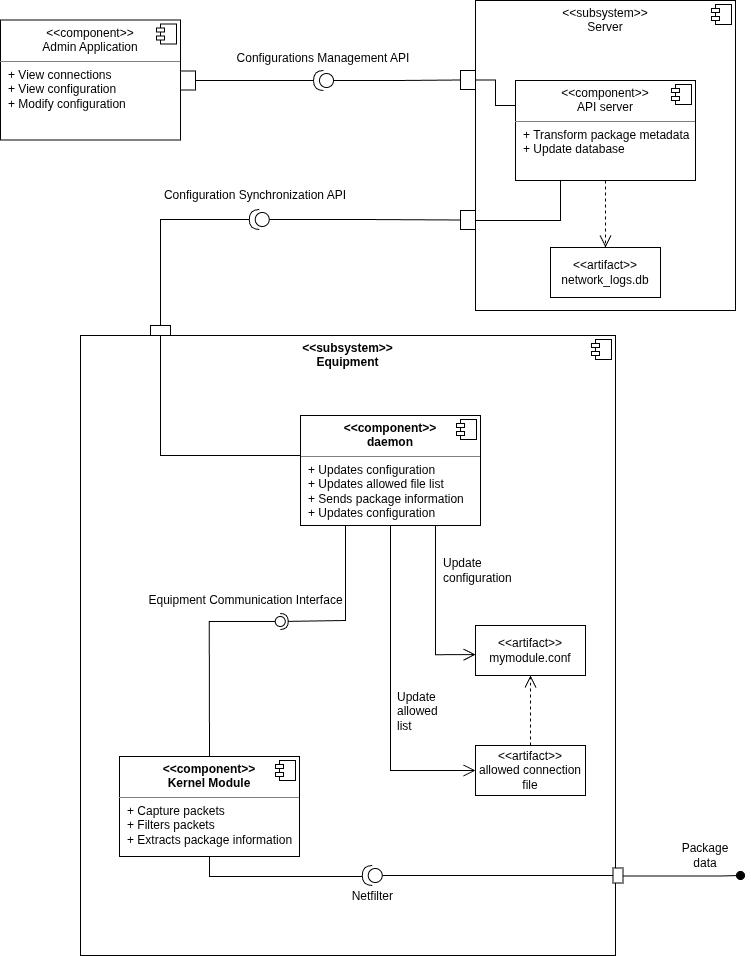
Before: document/Component_Diagram.drawio.png, a diagram exported from draw.io (TheodorPredescu/Intrusion-Detection-and-Prevention-System). Source tidied: cells renumbered, new cells last; positions are measured from the earlier drawing's top-left corner, leaving out a move shared by most shapes.
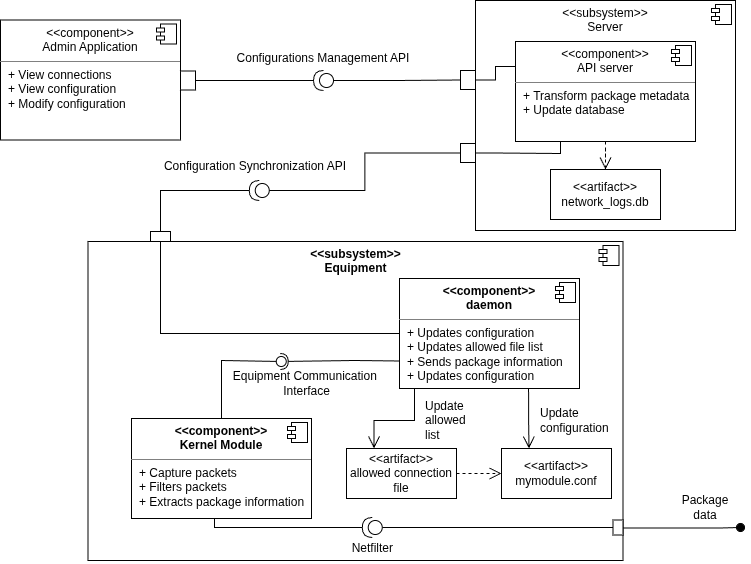
Later version of the same file.

What changed in the source:
```diff
@@ -3,7 +3,7 @@
     <mxCell id="0" />
     <mxCell id="1" parent="0" />
     <mxCell id="2" value="&lt;p style=&quot;margin:0px;margin-top:6px;text-align:center;&quot;&gt;&amp;lt;&amp;lt;subsystem&amp;gt;&amp;gt;&lt;br&gt;Server&lt;/p&gt;" style="align=left;overflow=fill;html=1;whiteSpace=wrap;" parent="1" vertex="1">
-      <mxGeometry x="475" width="260" height="310" as="geometry" />
+      <mxGeometry x="475" width="260" height="230" as="geometry" />
     </mxCell>
     <mxCell id="3" style="shape=component;jettyWidth=8;jettyHeight=4;" parent="2" vertex="1">
       <mxGeometry x="1" width="20" height="20" relative="1" as="geometry">
@@ -11,7 +11,7 @@
       </mxGeometry>
     </mxCell>
     <mxCell id="4" value="&lt;p style=&quot;margin:0px;margin-top:6px;text-align:center;&quot;&gt;&lt;span style=&quot;font-weight: 700;&quot;&gt;&amp;lt;&amp;lt;subsystem&amp;gt;&amp;gt;&lt;/span&gt;&lt;br style=&quot;font-weight: 700;&quot;&gt;&lt;b&gt;Equipment&lt;/b&gt;&lt;/p&gt;&lt;p style=&quot;margin:0px;margin-left:8px;&quot;&gt;&lt;br&gt;&lt;/p&gt;" style="align=left;overflow=fill;html=1;whiteSpace=wrap;" parent="1" vertex="1">
-      <mxGeometry x="80" y="335" width="535" height="620" as="geometry" />
+      <mxGeometry x="87.5" y="241" width="535" height="319" as="geometry" />
     </mxCell>
     <mxCell id="5" style="shape=component;jettyWidth=8;jettyHeight=4;" parent="4" vertex="1">
       <mxGeometry x="1" width="20" height="20" relative="1" as="geometry">
@@ -19,7 +19,7 @@
       </mxGeometry>
     </mxCell>
     <mxCell id="6" value="&lt;p style=&quot;margin:0px;margin-top:6px;text-align:center;&quot;&gt;&lt;span style=&quot;font-weight: 700;&quot;&gt;&amp;lt;&amp;lt;component&amp;gt;&amp;gt;&lt;/span&gt;&lt;br style=&quot;font-weight: 700;&quot;&gt;&lt;span style=&quot;font-weight: 700;&quot;&gt;Kernel Module&lt;/span&gt;&lt;/p&gt;&lt;hr size=&quot;1&quot; style=&quot;border-style:solid;&quot;&gt;&lt;p style=&quot;margin:0px;margin-left:8px;&quot;&gt;&lt;span style=&quot;background-color: transparent; color: light-dark(rgb(0, 0, 0), rgb(255, 255, 255));&quot;&gt;+ Capture packets&lt;/span&gt;&lt;/p&gt;&lt;p style=&quot;margin:0px;margin-left:8px;&quot;&gt;&lt;span style=&quot;background-color: transparent; color: light-dark(rgb(0, 0, 0), rgb(255, 255, 255));&quot;&gt;+ Filters packets&amp;nbsp;&lt;/span&gt;&lt;/p&gt;&lt;p style=&quot;margin:0px;margin-left:8px;&quot;&gt;&lt;span style=&quot;background-color: transparent; color: light-dark(rgb(0, 0, 0), rgb(255, 255, 255));&quot;&gt;+ Extracts package information&lt;/span&gt;&lt;/p&gt;" style="align=left;overflow=fill;html=1;whiteSpace=wrap;" parent="1" vertex="1">
-      <mxGeometry x="119" y="756" width="180" height="100" as="geometry" />
+      <mxGeometry x="131" y="418" width="180" height="100" as="geometry" />
     </mxCell>
     <mxCell id="7" style="shape=component;jettyWidth=8;jettyHeight=4;" parent="6" vertex="1">
       <mxGeometry x="1" width="20" height="20" relative="1" as="geometry">
@@ -35,7 +35,7 @@
       </mxGeometry>
     </mxCell>
     <mxCell id="10" value="Netfilter&amp;nbsp;" style="text;html=1;whiteSpace=wrap;strokeColor=none;fillColor=none;align=center;verticalAlign=middle;rounded=0;" parent="1" vertex="1">
-      <mxGeometry x="339" y="881" width="70" height="30" as="geometry" />
+      <mxGeometry x="339" y="533" width="70" height="30" as="geometry" />
     </mxCell>
     <mxCell id="11" value="Configurations Management API" style="text;html=1;whiteSpace=wrap;strokeColor=none;fillColor=none;align=center;verticalAlign=middle;rounded=0;" parent="1" vertex="1">
       <mxGeometry x="223" y="43" width="200" height="30" as="geometry" />
@@ -47,18 +47,24 @@
       <mxGeometry relative="1" as="geometry" />
     </mxCell>
     <mxCell id="14" value="&lt;p style=&quot;margin:0px;margin-top:6px;text-align:center;&quot;&gt;&amp;lt;&amp;lt;component&amp;gt;&amp;gt;&lt;br&gt;API server&lt;/p&gt;&lt;hr size=&quot;1&quot; style=&quot;border-style:solid;&quot;&gt;&lt;p style=&quot;margin:0px;margin-left:8px;&quot;&gt;&lt;span style=&quot;background-color: transparent; color: light-dark(rgb(0, 0, 0), rgb(255, 255, 255));&quot;&gt;+ Transform package metadata&lt;/span&gt;&lt;/p&gt;&lt;p style=&quot;margin:0px;margin-left:8px;&quot;&gt;&lt;span style=&quot;background-color: transparent; color: light-dark(rgb(0, 0, 0), rgb(255, 255, 255));&quot;&gt;+ Update database&lt;/span&gt;&lt;/p&gt;" style="align=left;overflow=fill;html=1;whiteSpace=wrap;" parent="1" vertex="1">
-      <mxGeometry x="515" y="80" width="180" height="100" as="geometry" />
+      <mxGeometry x="515" y="41" width="180" height="100" as="geometry" />
     </mxCell>
     <mxCell id="15" style="shape=component;jettyWidth=8;jettyHeight=4;" parent="14" vertex="1">
       <mxGeometry x="1" width="20" height="20" relative="1" as="geometry">
         <mxPoint x="-24" y="4" as="offset" />
       </mxGeometry>
     </mxCell>
-    <mxCell id="16" style="edgeStyle=orthogonalEdgeStyle;rounded=0;jettySize=auto;html=1;entryX=0;entryY=0.5;entryDx=0;entryDy=0;fontFamily=Helvetica;fontSize=12;fontColor=default;endSize=10;endArrow=open;endFill=0;" parent="1" edge="1" source="17" target="41">
-      <mxGeometry relative="1" as="geometry" />
+    <mxCell id="16" style="edgeStyle=orthogonalEdgeStyle;rounded=0;jettySize=auto;html=1;entryX=0.25;entryY=0;entryDx=0;entryDy=0;fontFamily=Helvetica;fontSize=12;fontColor=default;endSize=10;endArrow=open;endFill=0;" parent="1" edge="1" source="17" target="41">
+      <mxGeometry relative="1" as="geometry">
+        <Array as="points">
+          <mxPoint x="414" y="420" />
+          <mxPoint x="374" y="420" />
+          <mxPoint x="374" y="448" />
+        </Array>
+      </mxGeometry>
     </mxCell>
     <mxCell id="17" value="&lt;p style=&quot;margin:0px;margin-top:6px;text-align:center;&quot;&gt;&lt;span style=&quot;font-weight: 700;&quot;&gt;&amp;lt;&amp;lt;component&amp;gt;&amp;gt;&lt;/span&gt;&lt;br style=&quot;font-weight: 700;&quot;&gt;&lt;span style=&quot;font-weight: 700;&quot;&gt;daemon&lt;/span&gt;&lt;/p&gt;&lt;hr size=&quot;1&quot; style=&quot;border-style:solid;&quot;&gt;&lt;p style=&quot;margin:0px;margin-left:8px;&quot;&gt;&lt;span style=&quot;background-color: transparent; color: light-dark(rgb(0, 0, 0), rgb(255, 255, 255));&quot;&gt;+ Updates configuration&lt;/span&gt;&lt;/p&gt;&lt;p style=&quot;margin:0px;margin-left:8px;&quot;&gt;&lt;span style=&quot;background-color: transparent; color: light-dark(rgb(0, 0, 0), rgb(255, 255, 255));&quot;&gt;+ Updates allowed file list&lt;/span&gt;&lt;/p&gt;&lt;p style=&quot;margin:0px;margin-left:8px;&quot;&gt;&lt;span style=&quot;background-color: transparent; color: light-dark(rgb(0, 0, 0), rgb(255, 255, 255));&quot;&gt;+ Sends package information&lt;/span&gt;&lt;/p&gt;&lt;p style=&quot;margin:0px;margin-left:8px;&quot;&gt;&lt;span style=&quot;background-color: transparent; color: light-dark(rgb(0, 0, 0), rgb(255, 255, 255));&quot;&gt;+ Updates configuration&lt;/span&gt;&lt;/p&gt;" style="align=left;overflow=fill;html=1;whiteSpace=wrap;" parent="1" vertex="1">
-      <mxGeometry x="300" y="415" width="180" height="110" as="geometry" />
+      <mxGeometry x="399" y="278" width="180" height="110" as="geometry" />
     </mxCell>
     <mxCell id="18" style="shape=component;jettyWidth=8;jettyHeight=4;" parent="17" vertex="1">
       <mxGeometry x="1" width="20" height="20" relative="1" as="geometry">
@@ -67,18 +73,18 @@
     </mxCell>
     <mxCell id="19" style="edgeStyle=orthogonalEdgeStyle;rounded=0;jettySize=auto;html=1;exitX=0.467;exitY=1.016;exitDx=0;exitDy=0;exitPerimeter=0;endArrow=oval;endFill=1;endSize=8;" parent="1" edge="1" source="20">
       <mxGeometry relative="1" as="geometry">
-        <mxPoint x="740" y="875" as="targetPoint" />
+        <mxPoint x="740" y="527" as="targetPoint" />
         <Array as="points">
-          <mxPoint x="720" y="876" />
-          <mxPoint x="740" y="875" />
+          <mxPoint x="720" y="528" />
+          <mxPoint x="740" y="527" />
         </Array>
       </mxGeometry>
     </mxCell>
     <mxCell id="20" style="rounded=0;whiteSpace=wrap;html=1;direction=north;" parent="1" vertex="1">
-      <mxGeometry x="612.5" y="867.5" width="10" height="15" as="geometry" />
+      <mxGeometry x="612.5" y="519.5" width="10" height="15" as="geometry" />
     </mxCell>
     <mxCell id="21" style="ellipse;whiteSpace=wrap;html=1;align=center;fillColor=none;strokeColor=none;perimeter=centerPerimeter;" parent="1" vertex="1">
-      <mxGeometry x="342.8" y="901" width="10" height="10" as="geometry" />
+      <mxGeometry x="342.8" y="553" width="10" height="10" as="geometry" />
     </mxCell>
     <mxCell id="22" style="edgeStyle=orthogonalEdgeStyle;rounded=0;jettySize=auto;html=1;endArrow=none;endFill=0;startArrow=none;startFill=0;exitX=0;exitY=0.5;exitDx=0;exitDy=0;exitPerimeter=0;entryX=0.5;entryY=0;entryDx=0;entryDy=0;" parent="1" edge="1" source="24" target="20">
       <mxGeometry relative="1" as="geometry" />
@@ -86,22 +92,23 @@
     <mxCell id="23" style="edgeStyle=orthogonalEdgeStyle;rounded=0;jettySize=auto;html=1;entryX=0.5;entryY=1;entryDx=0;entryDy=0;endArrow=none;endFill=0;startArrow=none;startFill=0;exitX=1;exitY=0.5;exitDx=0;exitDy=0;exitPerimeter=0;" parent="1" edge="1" source="24" target="6">
       <mxGeometry relative="1" as="geometry">
         <Array as="points">
-          <mxPoint x="208.8" y="876" />
+          <mxPoint x="214" y="527" />
+          <mxPoint x="214" y="518" />
         </Array>
       </mxGeometry>
     </mxCell>
     <mxCell id="24" style="shape=providedRequiredInterface;html=1;verticalLabelPosition=bottom;sketch=0;direction=west;" parent="1" vertex="1">
-      <mxGeometry x="361.8" y="865" width="20" height="20" as="geometry" />
+      <mxGeometry x="361.8" y="517" width="20" height="20" as="geometry" />
     </mxCell>
     <mxCell id="25" style="edgeStyle=orthogonalEdgeStyle;rounded=0;jettySize=auto;html=1;entryX=0;entryY=0.5;entryDx=0;entryDy=0;endArrow=none;endFill=0;" parent="1" edge="1" source="26" target="17">
       <mxGeometry relative="1" as="geometry">
         <Array as="points">
-          <mxPoint x="160" y="455" />
+          <mxPoint x="160" y="333" />
         </Array>
       </mxGeometry>
     </mxCell>
     <mxCell id="26" style="rounded=0;whiteSpace=wrap;html=1;" parent="1" vertex="1">
-      <mxGeometry x="150" y="325" width="20" height="10" as="geometry" />
+      <mxGeometry x="150" y="231" width="20" height="10" as="geometry" />
     </mxCell>
     <mxCell id="27" style="rounded=0;whiteSpace=wrap;html=1;" parent="1" vertex="1">
       <mxGeometry x="460" y="70" width="15" height="19" as="geometry" />
@@ -115,16 +122,19 @@
     <mxCell id="30" style="edgeStyle=orthogonalEdgeStyle;rounded=0;jettySize=auto;html=1;exitX=0;exitY=0.5;exitDx=0;exitDy=0;exitPerimeter=0;entryX=0;entryY=0.5;entryDx=0;entryDy=0;endArrow=none;endFill=0;" parent="1" edge="1" source="29" target="27">
       <mxGeometry relative="1" as="geometry" />
     </mxCell>
-    <mxCell id="31" style="edgeStyle=orthogonalEdgeStyle;rounded=0;jettySize=auto;html=1;entryX=0.25;entryY=1;entryDx=0;entryDy=0;endArrow=none;endFill=0;" parent="1" edge="1" target="14">
+    <mxCell id="31" style="edgeStyle=orthogonalEdgeStyle;rounded=0;jettySize=auto;html=1;entryX=0.25;entryY=1;entryDx=0;entryDy=0;endArrow=none;endFill=0;exitX=1;exitY=0.5;exitDx=0;exitDy=0;" parent="1" edge="1" source="36" target="14">
       <mxGeometry relative="1" as="geometry">
-        <mxPoint x="475" y="220" as="sourcePoint" />
+        <Array as="points">
+          <mxPoint x="495" y="153" />
+          <mxPoint x="560" y="153" />
+        </Array>
       </mxGeometry>
     </mxCell>
     <mxCell id="32" style="edgeStyle=orthogonalEdgeStyle;rounded=0;jettySize=auto;html=1;exitX=1;exitY=0.5;exitDx=0;exitDy=0;exitPerimeter=0;endArrow=none;endFill=0;entryX=0.5;entryY=0;entryDx=0;entryDy=0;" parent="1" edge="1" source="33" target="26">
       <mxGeometry relative="1" as="geometry" />
     </mxCell>
     <mxCell id="33" style="shape=providedRequiredInterface;html=1;verticalLabelPosition=bottom;sketch=0;direction=west;" parent="1" vertex="1">
-      <mxGeometry x="248.8" y="209" width="20" height="20" as="geometry" />
+      <mxGeometry x="248.8" y="180" width="20" height="20" as="geometry" />
     </mxCell>
     <mxCell id="34" style="edgeStyle=orthogonalEdgeStyle;rounded=0;jettySize=auto;html=1;exitX=0;exitY=0.5;exitDx=0;exitDy=0;exitPerimeter=0;endArrow=none;endFill=0;entryX=0;entryY=0.5;entryDx=0;entryDy=0;" parent="1" edge="1" source="33" target="36">
       <mxGeometry relative="1" as="geometry" />
@@ -133,54 +143,55 @@
       <mxGeometry x="180" y="70.5" width="15" height="19" as="geometry" />
     </mxCell>
     <mxCell id="36" style="rounded=0;whiteSpace=wrap;html=1;" parent="1" vertex="1">
-      <mxGeometry x="460" y="210" width="15" height="19" as="geometry" />
+      <mxGeometry x="460" y="143" width="15" height="19" as="geometry" />
     </mxCell>
     <mxCell id="37" value="Package data" style="text;html=1;whiteSpace=wrap;strokeColor=none;fillColor=none;align=center;verticalAlign=middle;rounded=0;" parent="1" vertex="1">
-      <mxGeometry x="675" y="840" width="60" height="30" as="geometry" />
+      <mxGeometry x="675" y="492" width="60" height="30" as="geometry" />
     </mxCell>
     <mxCell id="38" value="Configuration Synchronization API" style="text;html=1;whiteSpace=wrap;strokeColor=none;fillColor=none;align=center;verticalAlign=middle;rounded=0;" parent="1" vertex="1">
-      <mxGeometry x="160" y="180" width="190" height="30" as="geometry" />
+      <mxGeometry x="160" y="151" width="190" height="30" as="geometry" />
     </mxCell>
     <mxCell id="39" value="&amp;lt;&amp;lt;artifact&amp;gt;&amp;gt;&lt;div&gt;mymodule.conf&lt;/div&gt;" style="html=1;whiteSpace=wrap;strokeColor=default;align=center;verticalAlign=middle;fontFamily=Helvetica;fontSize=12;fontColor=default;fillColor=default;" parent="1" vertex="1">
-      <mxGeometry x="475" y="625" width="110" height="50" as="geometry" />
+      <mxGeometry x="501" y="448" width="110" height="50" as="geometry" />
     </mxCell>
-    <mxCell id="40" style="edgeStyle=orthogonalEdgeStyle;rounded=0;jettySize=auto;html=1;entryX=0.5;entryY=1;entryDx=0;entryDy=0;fontFamily=Helvetica;fontSize=12;fontColor=default;dashed=1;endArrow=open;endFill=0;endSize=10;" parent="1" edge="1" source="41" target="39">
+    <mxCell id="40" style="edgeStyle=orthogonalEdgeStyle;rounded=0;jettySize=auto;html=1;entryX=0;entryY=0.5;entryDx=0;entryDy=0;fontFamily=Helvetica;fontSize=12;fontColor=default;dashed=1;endArrow=open;endFill=0;endSize=10;" parent="1" edge="1" source="41" target="39">
       <mxGeometry relative="1" as="geometry" />
     </mxCell>
     <mxCell id="41" value="&amp;lt;&amp;lt;artifact&amp;gt;&amp;gt;&lt;div&gt;allowed connection file&lt;/div&gt;" style="html=1;whiteSpace=wrap;strokeColor=default;align=center;verticalAlign=middle;fontFamily=Helvetica;fontSize=12;fontColor=default;fillColor=default;" parent="1" vertex="1">
-      <mxGeometry x="475" y="745" width="110" height="50" as="geometry" />
+      <mxGeometry x="346" y="448" width="110" height="50" as="geometry" />
     </mxCell>
-    <mxCell id="42" style="edgeStyle=orthogonalEdgeStyle;rounded=0;jettySize=auto;html=1;entryX=0.001;entryY=0.583;entryDx=0;entryDy=0;entryPerimeter=0;fontFamily=Helvetica;fontSize=12;fontColor=default;endArrow=open;endFill=0;endSize=10;exitX=0.75;exitY=1;exitDx=0;exitDy=0;" parent="1" edge="1" source="17" target="39">
+    <mxCell id="42" style="edgeStyle=orthogonalEdgeStyle;rounded=0;jettySize=auto;html=1;fontFamily=Helvetica;fontSize=12;fontColor=default;endArrow=open;endFill=0;endSize=10;exitX=0.717;exitY=1.003;exitDx=0;exitDy=0;exitPerimeter=0;entryX=0.25;entryY=0;entryDx=0;entryDy=0;" parent="1" edge="1" source="17" target="39">
       <mxGeometry relative="1" as="geometry" />
     </mxCell>
-    <mxCell id="43" style="rounded=0;jettySize=auto;html=1;endArrow=halfCircle;endFill=0;endSize=6;strokeWidth=1;sketch=0;fontFamily=Helvetica;fontSize=12;fontColor=default;exitX=0.25;exitY=1;exitDx=0;exitDy=0;" parent="1" edge="1" source="17" target="45">
+    <mxCell id="43" style="rounded=0;jettySize=auto;html=1;endArrow=halfCircle;endFill=0;endSize=6;strokeWidth=1;sketch=0;fontFamily=Helvetica;fontSize=12;fontColor=default;exitX=0;exitY=0.75;exitDx=0;exitDy=0;" parent="1" edge="1" source="17" target="45">
       <mxGeometry relative="1" as="geometry">
         <Array as="points">
-          <mxPoint x="345" y="620" />
+          <mxPoint x="354" y="360" />
         </Array>
       </mxGeometry>
     </mxCell>
-    <mxCell id="44" style="rounded=0;jettySize=auto;html=1;endArrow=oval;endFill=0;sketch=0;sourcePerimeterSpacing=0;targetPerimeterSpacing=0;endSize=10;fontFamily=Helvetica;fontSize=12;fontColor=default;exitX=0.5;exitY=0;exitDx=0;exitDy=0;" parent="1" edge="1" source="6" target="45">
+    <mxCell id="44" style="rounded=0;jettySize=auto;html=1;endArrow=oval;endFill=0;sketch=0;sourcePerimeterSpacing=0;targetPerimeterSpacing=0;endSize=10;fontFamily=Helvetica;fontSize=12;fontColor=default;exitX=0.5;exitY=0;exitDx=0;exitDy=0;" parent="1" edge="1" source="6">
       <mxGeometry relative="1" as="geometry">
+        <mxPoint x="280.8" y="361" as="targetPoint" />
         <Array as="points">
-          <mxPoint x="208.8" y="621" />
+          <mxPoint x="221" y="360" />
         </Array>
       </mxGeometry>
     </mxCell>
     <mxCell id="45" style="ellipse;whiteSpace=wrap;html=1;align=center;fillColor=none;strokeColor=none;perimeter=centerPerimeter;points=[];outlineConnect=1;verticalAlign=middle;fontFamily=Helvetica;fontSize=12;fontColor=default;" parent="1" vertex="1">
-      <mxGeometry x="274.8" y="616" width="10" height="10" as="geometry" />
+      <mxGeometry x="274.8" y="356" width="10" height="10" as="geometry" />
     </mxCell>
     <mxCell id="46" value="Update configuration" style="text;html=1;strokeColor=none;fillColor=none;align=left;verticalAlign=middle;rounded=0;fontFamily=Helvetica;fontSize=12;fontColor=default;whiteSpace=wrap;" parent="1" vertex="1">
-      <mxGeometry x="440.5" y="555" width="60" height="30" as="geometry" />
+      <mxGeometry x="537.5" y="405" width="60" height="30" as="geometry" />
     </mxCell>
     <mxCell id="47" value="Update allowed list" style="text;html=1;whiteSpace=wrap;strokeColor=none;fillColor=none;align=left;verticalAlign=middle;rounded=0;fontFamily=Helvetica;fontSize=12;fontColor=default;" parent="1" vertex="1">
-      <mxGeometry x="395" y="696" width="60" height="30" as="geometry" />
+      <mxGeometry x="423" y="405" width="60" height="30" as="geometry" />
     </mxCell>
-    <mxCell id="48" value="Equipment Communication Interface" style="text;html=1;strokeColor=none;fillColor=none;align=center;verticalAlign=middle;rounded=0;fontFamily=Helvetica;fontSize=12;fontColor=default;" parent="1" vertex="1">
-      <mxGeometry x="214.8" y="585" width="60" height="30" as="geometry" />
+    <mxCell id="48" value="Equipment Communication&amp;nbsp;&lt;div&gt;Interface&lt;/div&gt;" style="text;html=1;strokeColor=none;fillColor=none;align=center;verticalAlign=middle;rounded=0;fontFamily=Helvetica;fontSize=12;fontColor=default;" parent="1" vertex="1">
+      <mxGeometry x="275.8" y="368" width="60" height="30" as="geometry" />
     </mxCell>
     <mxCell id="49" value="&amp;lt;&amp;lt;artifact&amp;gt;&amp;gt;&lt;div&gt;network_logs.db&lt;/div&gt;" style="html=1;whiteSpace=wrap;strokeColor=default;align=center;verticalAlign=middle;fontFamily=Helvetica;fontSize=12;fontColor=default;fillColor=default;" parent="1" vertex="1">
-      <mxGeometry x="550" y="247" width="110" height="50" as="geometry" />
+      <mxGeometry x="550" y="169" width="110" height="50" as="geometry" />
     </mxCell>
   </root>
 </mxGraphModel>
```
